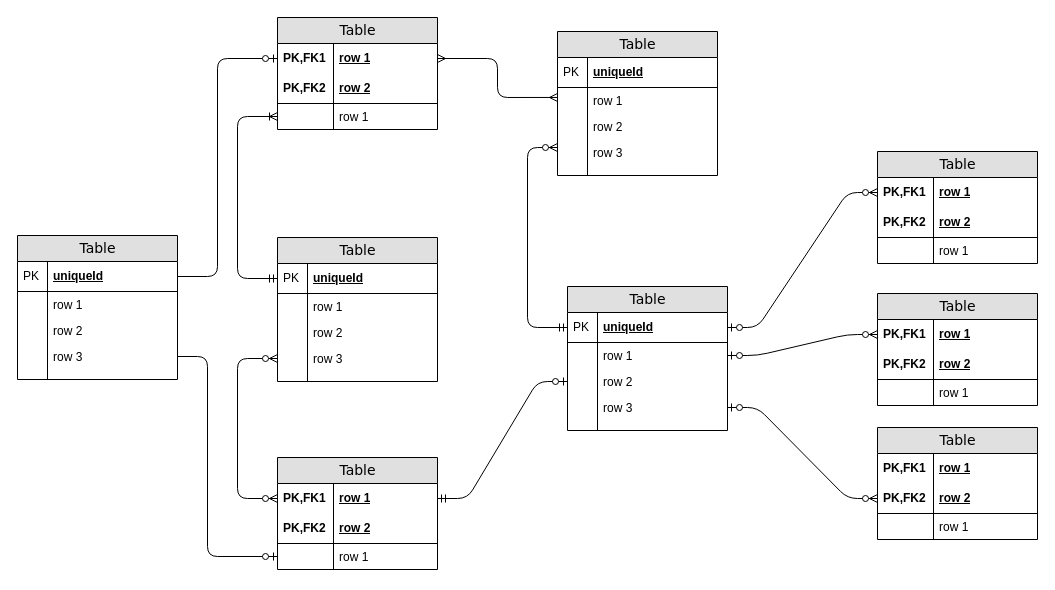
The draw.io diagram reports/ERD.drawio in PeterWin596/final-project, before the edit. Source tidied: cells renumbered, new cells numbered last; positions are measured from the earlier drawing's top-left corner, leaving out a move shared by most shapes. Both pictures are drawn from the tidied source at 100%, with x=0, y=0 at pixel (17, 17).
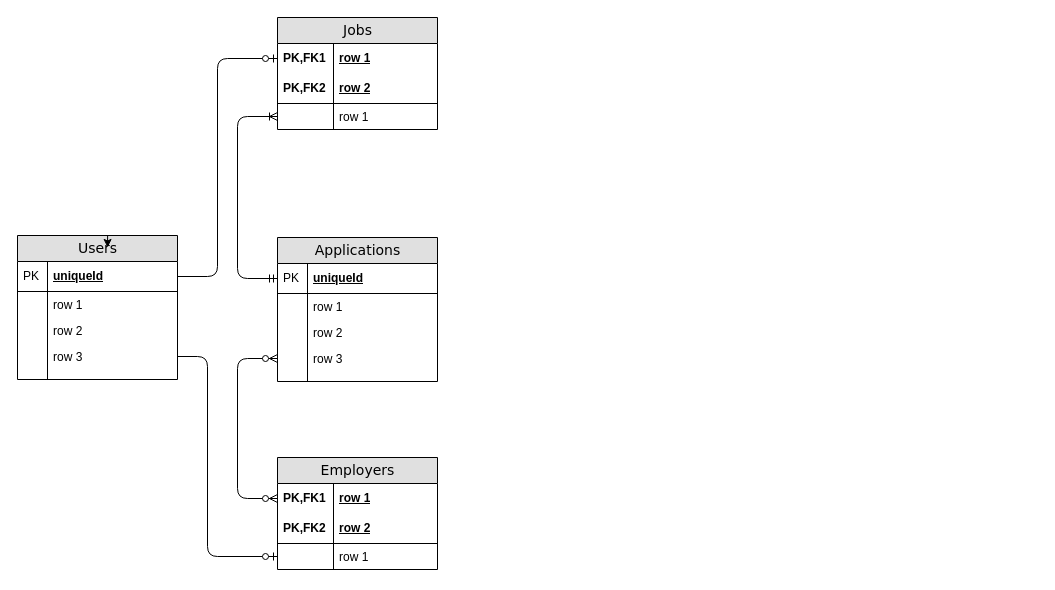
The same page after the edit.

Unchanged cells that the change refers to:
```xml
<mxCell id="3" value="row 1" style="shape=partialRectangle;top=0;left=0;right=0;bottom=0;html=1;align=left;verticalAlign=middle;fillColor=none;spacingLeft=60;spacingRight=4;whiteSpace=wrap;overflow=hidden;points=[[0,0.5],[1,0.5]];portConstraint=eastwest;fontStyle=5;" parent="2" vertex="1">
  <mxGeometry y="26" width="160" height="30" as="geometry" />
</mxCell>
<mxCell id="50" value="row 1" style="shape=partialRectangle;top=0;left=0;right=0;bottom=0;html=1;align=left;verticalAlign=middle;fillColor=none;spacingLeft=60;spacingRight=4;whiteSpace=wrap;overflow=hidden;points=[[0,0.5],[1,0.5]];portConstraint=eastwest;fontStyle=5;" parent="49" vertex="1">
  <mxGeometry y="26" width="160" height="30" as="geometry" />
</mxCell>
```

What changed in the source:
```diff
@@
-    <mxCell id="2" value="Table" style="swimlane;html=1;fontStyle=0;horizontal=1;startSize=26;fillColor=#e0e0e0;swimlaneFillColor=#ffffff;align=center;rounded=0;shadow=0;comic=0;labelBackgroundColor=none;strokeWidth=1;fontFamily=Verdana;fontSize=14;" parent="1" vertex="1">
+    <mxCell id="2" value="Jobs" style="swimlane;html=1;fontStyle=0;horizontal=1;startSize=26;fillColor=#e0e0e0;swimlaneFillColor=#ffffff;align=center;rounded=0;shadow=0;comic=0;labelBackgroundColor=none;strokeWidth=1;fontFamily=Verdana;fontSize=14;" parent="1" vertex="1">
       <mxGeometry x="260" width="160" height="112" as="geometry" />
     </mxCell>
@@
-    <mxCell id="9" value="Table" style="swimlane;html=1;fontStyle=0;horizontal=1;startSize=26;fillColor=#e0e0e0;swimlaneFillColor=#ffffff;align=center;rounded=0;shadow=0;comic=0;labelBackgroundColor=none;strokeWidth=1;fontFamily=Verdana;fontSize=14;swimlaneLine=1;" parent="1" vertex="1">
-      <mxGeometry x="540" y="14" width="160" height="144" as="geometry" />
-    </mxCell>
-    <mxCell id="10" value="uniqueId" style="shape=partialRectangle;top=0;left=0;right=0;bottom=1;html=1;align=left;verticalAlign=middle;fillColor=none;spacingLeft=34;spacingRight=4;whiteSpace=wrap;overflow=hidden;fontStyle=5;" parent="9" vertex="1">
-      <mxGeometry y="26" width="160" height="30" as="geometry" />
-    </mxCell>
-    <mxCell id="11" value="PK" style="shape=partialRectangle;top=0;left=0;bottom=0;html=1;fillColor=none;align=left;verticalAlign=middle;spacingLeft=4;spacingRight=4;whiteSpace=wrap;overflow=hidden;" parent="10" vertex="1">
-      <mxGeometry width="30" height="30" as="geometry" />
-    </mxCell>
-    <mxCell id="12" value="row 1" style="shape=partialRectangle;top=0;left=0;right=0;bottom=0;html=1;align=left;verticalAlign=top;fillColor=none;spacingLeft=34;spacingRight=4;whiteSpace=wrap;overflow=hidden;points=[[0,0.5],[1,0.5]];portConstraint=eastwest;" parent="9" vertex="1">
-      <mxGeometry y="56" width="160" height="26" as="geometry" />
-    </mxCell>
-    <mxCell id="13" style="shape=partialRectangle;top=0;left=0;bottom=0;html=1;fillColor=none;align=left;verticalAlign=top;spacingLeft=4;spacingRight=4;whiteSpace=wrap;overflow=hidden;" parent="12" vertex="1">
-      <mxGeometry width="30" height="26" as="geometry" />
-    </mxCell>
-    <mxCell id="14" value="row 2" style="shape=partialRectangle;top=0;left=0;right=0;bottom=0;html=1;align=left;verticalAlign=top;fillColor=none;spacingLeft=34;spacingRight=4;whiteSpace=wrap;overflow=hidden;" parent="9" vertex="1">
-      <mxGeometry y="82" width="160" height="26" as="geometry" />
-    </mxCell>
-    <mxCell id="15" style="shape=partialRectangle;top=0;left=0;bottom=0;html=1;fillColor=none;align=left;verticalAlign=top;spacingLeft=4;spacingRight=4;whiteSpace=wrap;overflow=hidden;" parent="14" vertex="1">
-      <mxGeometry width="30" height="26" as="geometry" />
-    </mxCell>
-    <mxCell id="16" value="row 3" style="shape=partialRectangle;top=0;left=0;right=0;bottom=0;html=1;align=left;verticalAlign=top;fillColor=none;spacingLeft=34;spacingRight=4;whiteSpace=wrap;overflow=hidden;points=[[0,0.5],[1,0.5]];portConstraint=eastwest;" parent="9" vertex="1">
-      <mxGeometry y="108" width="160" height="26" as="geometry" />
-    </mxCell>
-    <mxCell id="17" style="shape=partialRectangle;top=0;left=0;bottom=0;html=1;fillColor=none;align=left;verticalAlign=top;spacingLeft=4;spacingRight=4;whiteSpace=wrap;overflow=hidden;" parent="16" vertex="1">
-      <mxGeometry width="30" height="26" as="geometry" />
-    </mxCell>
-    <mxCell id="18" style="shape=partialRectangle;top=0;left=0;right=0;bottom=0;html=1;align=left;verticalAlign=top;fillColor=none;spacingLeft=34;spacingRight=4;whiteSpace=wrap;overflow=hidden;" parent="9" vertex="1">
-      <mxGeometry y="134" width="160" height="10" as="geometry" />
-    </mxCell>
-    <mxCell id="19" style="shape=partialRectangle;top=0;left=0;bottom=0;html=1;fillColor=none;align=left;verticalAlign=top;spacingLeft=4;spacingRight=4;whiteSpace=wrap;overflow=hidden;" parent="18" vertex="1">
-      <mxGeometry width="30" height="10" as="geometry" />
-    </mxCell>
-    <mxCell id="20" value="Table" style="swimlane;html=1;fontStyle=0;horizontal=1;startSize=26;fillColor=#e0e0e0;swimlaneFillColor=#ffffff;align=center;rounded=0;shadow=0;comic=0;labelBackgroundColor=none;strokeWidth=1;fontFamily=Verdana;fontSize=14;" parent="1" vertex="1">
+    <mxCell id="20" value="Applications" style="swimlane;html=1;fontStyle=0;horizontal=1;startSize=26;fillColor=#e0e0e0;swimlaneFillColor=#ffffff;align=center;rounded=0;shadow=0;comic=0;labelBackgroundColor=none;strokeWidth=1;fontFamily=Verdana;fontSize=14;" parent="1" vertex="1">
       <mxGeometry x="260" y="220" width="160" height="144" as="geometry" />
     </mxCell>
@@
-    <mxCell id="31" value="Table" style="swimlane;html=1;fontStyle=0;horizontal=1;startSize=26;fillColor=#e0e0e0;swimlaneFillColor=#ffffff;align=center;rounded=0;shadow=0;comic=0;labelBackgroundColor=none;strokeWidth=1;fontFamily=Verdana;fontSize=14;" parent="1" vertex="1">
-      <mxGeometry x="550" y="269" width="160" height="144" as="geometry" />
-    </mxCell>
-    <mxCell id="32" value="uniqueId" style="shape=partialRectangle;top=0;left=0;right=0;bottom=1;html=1;align=left;verticalAlign=middle;fillColor=none;spacingLeft=34;spacingRight=4;whiteSpace=wrap;overflow=hidden;points=[[0,0.5],[1,0.5]];portConstraint=eastwest;fontStyle=5;" parent="31" vertex="1">
-      <mxGeometry y="26" width="160" height="30" as="geometry" />
-    </mxCell>
-    <mxCell id="33" value="PK" style="shape=partialRectangle;top=0;left=0;bottom=0;html=1;fillColor=none;align=left;verticalAlign=middle;spacingLeft=4;spacingRight=4;whiteSpace=wrap;overflow=hidden;" parent="32" vertex="1">
-      <mxGeometry width="30" height="30" as="geometry" />
-    </mxCell>
-    <mxCell id="34" value="row 1" style="shape=partialRectangle;top=0;left=0;right=0;bottom=0;html=1;align=left;verticalAlign=top;fillColor=none;spacingLeft=34;spacingRight=4;whiteSpace=wrap;overflow=hidden;points=[[0,0.5],[1,0.5]];portConstraint=eastwest;" parent="31" vertex="1">
-      <mxGeometry y="56" width="160" height="26" as="geometry" />
-    </mxCell>
-    <mxCell id="35" style="shape=partialRectangle;top=0;left=0;bottom=0;html=1;fillColor=none;align=left;verticalAlign=top;spacingLeft=4;spacingRight=4;whiteSpace=wrap;overflow=hidden;" parent="34" vertex="1">
-      <mxGeometry width="30" height="26" as="geometry" />
-    </mxCell>
-    <mxCell id="36" value="row 2" style="shape=partialRectangle;top=0;left=0;right=0;bottom=0;html=1;align=left;verticalAlign=top;fillColor=none;spacingLeft=34;spacingRight=4;whiteSpace=wrap;overflow=hidden;points=[[0,0.5],[1,0.5]];portConstraint=eastwest;" parent="31" vertex="1">
-      <mxGeometry y="82" width="160" height="26" as="geometry" />
-    </mxCell>
-    <mxCell id="37" style="shape=partialRectangle;top=0;left=0;bottom=0;html=1;fillColor=none;align=left;verticalAlign=top;spacingLeft=4;spacingRight=4;whiteSpace=wrap;overflow=hidden;" parent="36" vertex="1">
-      <mxGeometry width="30" height="26" as="geometry" />
-    </mxCell>
-    <mxCell id="38" value="row 3" style="shape=partialRectangle;top=0;left=0;right=0;bottom=0;html=1;align=left;verticalAlign=top;fillColor=none;spacingLeft=34;spacingRight=4;whiteSpace=wrap;overflow=hidden;points=[[0,0.5],[1,0.5]];portConstraint=eastwest;" parent="31" vertex="1">
-      <mxGeometry y="108" width="160" height="26" as="geometry" />
-    </mxCell>
-    <mxCell id="39" style="shape=partialRectangle;top=0;left=0;bottom=0;html=1;fillColor=none;align=left;verticalAlign=top;spacingLeft=4;spacingRight=4;whiteSpace=wrap;overflow=hidden;" parent="38" vertex="1">
-      <mxGeometry width="30" height="26" as="geometry" />
-    </mxCell>
-    <mxCell id="40" style="shape=partialRectangle;top=0;left=0;right=0;bottom=0;html=1;align=left;verticalAlign=top;fillColor=none;spacingLeft=34;spacingRight=4;whiteSpace=wrap;overflow=hidden;" parent="31" vertex="1">
-      <mxGeometry y="134" width="160" height="10" as="geometry" />
-    </mxCell>
-    <mxCell id="41" style="shape=partialRectangle;top=0;left=0;bottom=0;html=1;fillColor=none;align=left;verticalAlign=top;spacingLeft=4;spacingRight=4;whiteSpace=wrap;overflow=hidden;" parent="40" vertex="1">
-      <mxGeometry width="30" height="10" as="geometry" />
-    </mxCell>
-    <mxCell id="42" value="Table" style="swimlane;html=1;fontStyle=0;horizontal=1;startSize=26;fillColor=#e0e0e0;swimlaneFillColor=#ffffff;align=center;rounded=0;shadow=0;comic=0;labelBackgroundColor=none;strokeWidth=1;fontFamily=Verdana;fontSize=14;" parent="1" vertex="1">
-      <mxGeometry x="860" y="134" width="160" height="112" as="geometry" />
-    </mxCell>
-    <mxCell id="43" value="row 1" style="shape=partialRectangle;top=0;left=0;right=0;bottom=0;html=1;align=left;verticalAlign=middle;fillColor=none;spacingLeft=60;spacingRight=4;whiteSpace=wrap;overflow=hidden;points=[[0,0.5],[1,0.5]];portConstraint=eastwest;fontStyle=5;" parent="42" vertex="1">
-      <mxGeometry y="26" width="160" height="30" as="geometry" />
-    </mxCell>
-    <mxCell id="44" value="PK,FK1" style="shape=partialRectangle;fontStyle=1;top=0;left=0;bottom=0;html=1;fillColor=none;align=left;verticalAlign=middle;spacingLeft=4;spacingRight=4;whiteSpace=wrap;overflow=hidden;" parent="43" vertex="1">
-      <mxGeometry width="56" height="30" as="geometry" />
-    </mxCell>
-    <mxCell id="45" value="row 2" style="shape=partialRectangle;top=0;left=0;right=0;bottom=1;html=1;align=left;verticalAlign=middle;fillColor=none;spacingLeft=60;spacingRight=4;whiteSpace=wrap;overflow=hidden;fontStyle=5;" parent="42" vertex="1">
-      <mxGeometry y="56" width="160" height="30" as="geometry" />
-    </mxCell>
-    <mxCell id="46" value="PK,FK2" style="shape=partialRectangle;fontStyle=1;top=0;left=0;bottom=0;html=1;fillColor=none;align=left;verticalAlign=middle;spacingLeft=4;spacingRight=4;whiteSpace=wrap;overflow=hidden;" parent="45" vertex="1">
-      <mxGeometry width="56" height="30" as="geometry" />
-    </mxCell>
-    <mxCell id="47" value="row 1" style="shape=partialRectangle;top=0;left=0;right=0;bottom=0;html=1;align=left;verticalAlign=top;fillColor=none;spacingLeft=60;spacingRight=4;whiteSpace=wrap;overflow=hidden;" parent="42" vertex="1">
-      <mxGeometry y="86" width="160" height="26" as="geometry" />
-    </mxCell>
-    <mxCell id="48" style="shape=partialRectangle;top=0;left=0;bottom=0;html=1;fillColor=none;align=left;verticalAlign=top;spacingLeft=4;spacingRight=4;whiteSpace=wrap;overflow=hidden;" parent="47" vertex="1">
-      <mxGeometry width="56" height="26" as="geometry" />
-    </mxCell>
-    <mxCell id="49" value="Table" style="swimlane;html=1;fontStyle=0;horizontal=1;startSize=26;fillColor=#e0e0e0;swimlaneFillColor=#ffffff;align=center;rounded=0;shadow=0;comic=0;labelBackgroundColor=none;strokeWidth=1;fontFamily=Verdana;fontSize=14;" parent="1" vertex="1">
+    <mxCell id="49" value="Employers" style="swimlane;html=1;fontStyle=0;horizontal=1;startSize=26;fillColor=#e0e0e0;swimlaneFillColor=#ffffff;align=center;rounded=0;shadow=0;comic=0;labelBackgroundColor=none;strokeWidth=1;fontFamily=Verdana;fontSize=14;" parent="1" vertex="1">
       <mxGeometry x="260" y="440" width="160" height="112" as="geometry" />
     </mxCell>
@@
-    <mxCell id="58" style="edgeStyle=orthogonalEdgeStyle;html=1;endArrow=ERmany;startArrow=ERmany;labelBackgroundColor=none;fontFamily=Verdana;fontSize=14;entryX=1;entryY=0.5;exitX=0;exitY=0.383;exitPerimeter=0;" parent="1" edge="1" source="12" target="3">
-      <mxGeometry relative="1" as="geometry">
-        <Array as="points">
-          <mxPoint x="480" y="80" />
-          <mxPoint x="480" y="41" />
-        </Array>
-      </mxGeometry>
-    </mxCell>
-    <mxCell id="59" style="edgeStyle=orthogonalEdgeStyle;html=1;endArrow=ERzeroToMany;startArrow=ERmandOne;labelBackgroundColor=none;fontFamily=Verdana;fontSize=14;entryX=0;entryY=0.308;entryPerimeter=0;exitX=0;exitY=0.5;" parent="1" edge="1" source="32" target="16">
-      <mxGeometry relative="1" as="geometry">
-        <Array as="points">
-          <mxPoint x="510" y="310" />
-          <mxPoint x="510" y="130" />
-        </Array>
-      </mxGeometry>
-    </mxCell>
-    <mxCell id="60" style="edgeStyle=entityRelationEdgeStyle;html=1;endArrow=ERzeroToOne;startArrow=ERmandOne;labelBackgroundColor=none;fontFamily=Verdana;fontSize=14;exitX=1;exitY=0.5;entryX=0;entryY=0.5;" parent="1" edge="1" source="50" target="36">
-      <mxGeometry relative="1" as="geometry" />
-    </mxCell>
-    <mxCell id="61" style="edgeStyle=entityRelationEdgeStyle;html=1;endArrow=ERzeroToMany;startArrow=ERzeroToOne;labelBackgroundColor=none;fontFamily=Verdana;fontSize=14;entryX=0;entryY=0.5;exitX=1;exitY=0.5;" parent="1" edge="1" source="32" target="43">
-      <mxGeometry relative="1" as="geometry" />
-    </mxCell>
-    <mxCell id="62" value="Table" style="swimlane;html=1;fontStyle=0;horizontal=1;startSize=26;fillColor=#e0e0e0;swimlaneFillColor=#ffffff;align=center;rounded=0;shadow=0;comic=0;labelBackgroundColor=none;strokeWidth=1;fontFamily=Verdana;fontSize=14;" parent="1" vertex="1">
-      <mxGeometry x="860" y="276" width="160" height="112" as="geometry" />
-    </mxCell>
-    <mxCell id="63" value="row 1" style="shape=partialRectangle;top=0;left=0;right=0;bottom=0;html=1;align=left;verticalAlign=middle;fillColor=none;spacingLeft=60;spacingRight=4;whiteSpace=wrap;overflow=hidden;points=[[0,0.5],[1,0.5]];portConstraint=eastwest;fontStyle=5;" parent="62" vertex="1">
-      <mxGeometry y="26" width="160" height="30" as="geometry" />
-    </mxCell>
-    <mxCell id="64" value="PK,FK1" style="shape=partialRectangle;fontStyle=1;top=0;left=0;bottom=0;html=1;fillColor=none;align=left;verticalAlign=middle;spacingLeft=4;spacingRight=4;whiteSpace=wrap;overflow=hidden;" parent="63" vertex="1">
-      <mxGeometry width="56" height="30" as="geometry" />
-    </mxCell>
-    <mxCell id="65" value="row 2" style="shape=partialRectangle;top=0;left=0;right=0;bottom=1;html=1;align=left;verticalAlign=middle;fillColor=none;spacingLeft=60;spacingRight=4;whiteSpace=wrap;overflow=hidden;fontStyle=5;" parent="62" vertex="1">
-      <mxGeometry y="56" width="160" height="30" as="geometry" />
-    </mxCell>
-    <mxCell id="66" value="PK,FK2" style="shape=partialRectangle;fontStyle=1;top=0;left=0;bottom=0;html=1;fillColor=none;align=left;verticalAlign=middle;spacingLeft=4;spacingRight=4;whiteSpace=wrap;overflow=hidden;" parent="65" vertex="1">
-      <mxGeometry width="56" height="30" as="geometry" />
-    </mxCell>
-    <mxCell id="67" value="row 1" style="shape=partialRectangle;top=0;left=0;right=0;bottom=0;html=1;align=left;verticalAlign=top;fillColor=none;spacingLeft=60;spacingRight=4;whiteSpace=wrap;overflow=hidden;" parent="62" vertex="1">
-      <mxGeometry y="86" width="160" height="26" as="geometry" />
-    </mxCell>
-    <mxCell id="68" style="shape=partialRectangle;top=0;left=0;bottom=0;html=1;fillColor=none;align=left;verticalAlign=top;spacingLeft=4;spacingRight=4;whiteSpace=wrap;overflow=hidden;" parent="67" vertex="1">
-      <mxGeometry width="56" height="26" as="geometry" />
-    </mxCell>
-    <mxCell id="69" value="Table" style="swimlane;html=1;fontStyle=0;horizontal=1;startSize=26;fillColor=#e0e0e0;swimlaneFillColor=#ffffff;align=center;rounded=0;shadow=0;comic=0;labelBackgroundColor=none;strokeWidth=1;fontFamily=Verdana;fontSize=14;" parent="1" vertex="1">
-      <mxGeometry x="860" y="410" width="160" height="112" as="geometry" />
-    </mxCell>
-    <mxCell id="70" value="row 1" style="shape=partialRectangle;top=0;left=0;right=0;bottom=0;html=1;align=left;verticalAlign=middle;fillColor=none;spacingLeft=60;spacingRight=4;whiteSpace=wrap;overflow=hidden;fontStyle=5;" parent="69" vertex="1">
-      <mxGeometry y="26" width="160" height="30" as="geometry" />
-    </mxCell>
-    <mxCell id="71" value="PK,FK1" style="shape=partialRectangle;fontStyle=1;top=0;left=0;bottom=0;html=1;fillColor=none;align=left;verticalAlign=middle;spacingLeft=4;spacingRight=4;whiteSpace=wrap;overflow=hidden;" parent="70" vertex="1">
-      <mxGeometry width="56" height="30" as="geometry" />
-    </mxCell>
-    <mxCell id="72" value="row 2" style="shape=partialRectangle;top=0;left=0;right=0;bottom=1;html=1;align=left;verticalAlign=middle;fillColor=none;spacingLeft=60;spacingRight=4;whiteSpace=wrap;overflow=hidden;points=[[0,0.5],[1,0.5]];portConstraint=eastwest;fontStyle=5;" parent="69" vertex="1">
-      <mxGeometry y="56" width="160" height="30" as="geometry" />
-    </mxCell>
-    <mxCell id="73" value="PK,FK2" style="shape=partialRectangle;fontStyle=1;top=0;left=0;bottom=0;html=1;fillColor=none;align=left;verticalAlign=middle;spacingLeft=4;spacingRight=4;whiteSpace=wrap;overflow=hidden;" parent="72" vertex="1">
-      <mxGeometry width="56" height="30" as="geometry" />
-    </mxCell>
-    <mxCell id="74" value="row 1" style="shape=partialRectangle;top=0;left=0;right=0;bottom=0;html=1;align=left;verticalAlign=top;fillColor=none;spacingLeft=60;spacingRight=4;whiteSpace=wrap;overflow=hidden;" parent="69" vertex="1">
-      <mxGeometry y="86" width="160" height="26" as="geometry" />
-    </mxCell>
-    <mxCell id="75" style="shape=partialRectangle;top=0;left=0;bottom=0;html=1;fillColor=none;align=left;verticalAlign=top;spacingLeft=4;spacingRight=4;whiteSpace=wrap;overflow=hidden;" parent="74" vertex="1">
-      <mxGeometry width="56" height="26" as="geometry" />
-    </mxCell>
-    <mxCell id="76" style="edgeStyle=entityRelationEdgeStyle;html=1;endArrow=ERzeroToMany;startArrow=ERzeroToOne;labelBackgroundColor=none;fontFamily=Verdana;fontSize=14;entryX=0;entryY=0.5;exitX=1;exitY=0.5;" parent="1" edge="1" source="34" target="63">
-      <mxGeometry relative="1" as="geometry" />
-    </mxCell>
-    <mxCell id="77" style="edgeStyle=entityRelationEdgeStyle;html=1;endArrow=ERzeroToMany;startArrow=ERzeroToOne;labelBackgroundColor=none;fontFamily=Verdana;fontSize=14;entryX=0;entryY=0.5;exitX=1;exitY=0.5;" parent="1" edge="1" source="38" target="72">
-      <mxGeometry relative="1" as="geometry" />
-    </mxCell>
-    <mxCell id="78" value="Table" style="swimlane;html=1;fontStyle=0;horizontal=1;startSize=26;fillColor=#e0e0e0;swimlaneFillColor=#ffffff;align=center;rounded=0;shadow=0;comic=0;labelBackgroundColor=none;strokeWidth=1;fontFamily=Verdana;fontSize=14;" parent="1" vertex="1">
+    <mxCell id="78" value="Users" style="swimlane;html=1;fontStyle=0;horizontal=1;startSize=26;fillColor=#e0e0e0;swimlaneFillColor=#ffffff;align=center;rounded=0;shadow=0;comic=0;labelBackgroundColor=none;strokeWidth=1;fontFamily=Verdana;fontSize=14;" parent="1" vertex="1">
       <mxGeometry y="218" width="160" height="144" as="geometry" />
     </mxCell>
@@
+    <mxCell id="91" style="edgeStyle=orthogonalEdgeStyle;rounded=0;orthogonalLoop=1;jettySize=auto;html=1;exitX=0.5;exitY=0;exitDx=0;exitDy=0;entryX=0.563;entryY=0.083;entryDx=0;entryDy=0;entryPerimeter=0;" parent="1" edge="1" source="78" target="78">
+      <mxGeometry relative="1" as="geometry" />
+    </mxCell>
```
